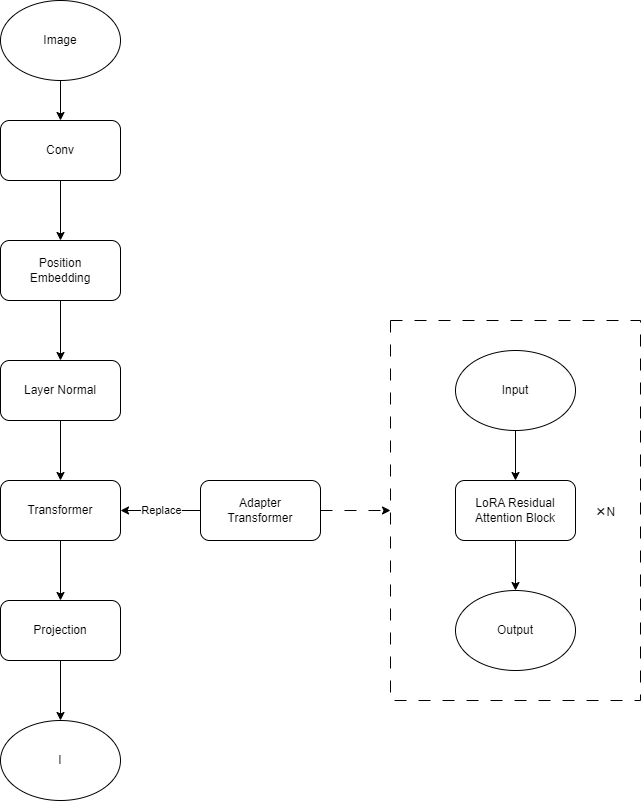
Bgzdl/CLIP keeps this draw.io diagram as assert/Image encoder/Adapter/Overview.png. Above is the earlier version. Source tidied: cells renumbered, new cells last; positions are measured from the earlier drawing's top-left corner, leaving out a move shared by most shapes.
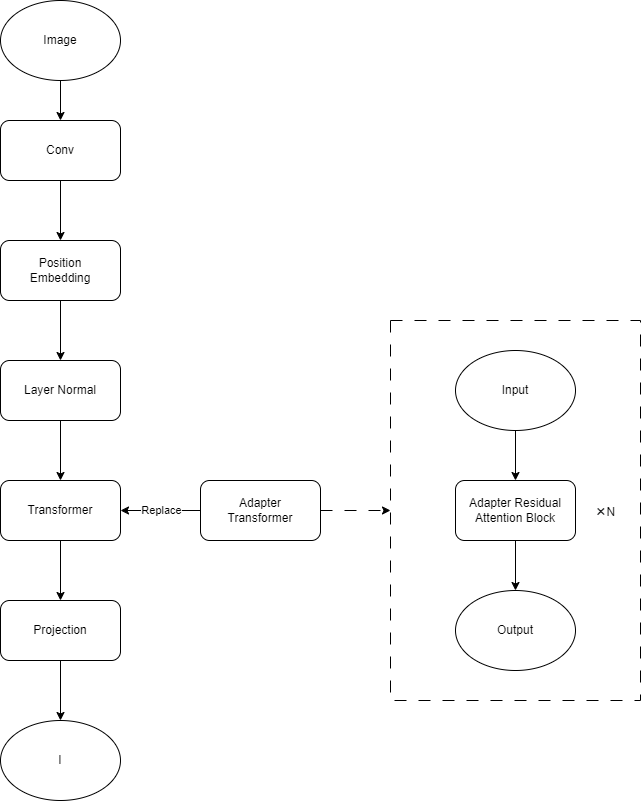
After the change.

What changed in the source:
```diff
@@ -61,7 +61,7 @@
     <mxCell id="20" style="edgeStyle=orthogonalEdgeStyle;rounded=0;jettySize=auto;html=1;entryX=0.5;entryY=0;entryDx=0;entryDy=0;" parent="1" edge="1" source="21" target="24">
       <mxGeometry relative="1" as="geometry" />
     </mxCell>
-    <mxCell id="21" value="LoRA Residual&lt;br&gt;Attention Block" style="rounded=1;whiteSpace=wrap;html=1;" parent="1" vertex="1">
+    <mxCell id="21" value="Adapter Residual&lt;br&gt;Attention Block" style="rounded=1;whiteSpace=wrap;html=1;" parent="1" vertex="1">
       <mxGeometry x="455" y="480" width="120" height="60" as="geometry" />
     </mxCell>
     <mxCell id="22" style="edgeStyle=orthogonalEdgeStyle;rounded=0;jettySize=auto;html=1;exitX=0.5;exitY=1;exitDx=0;exitDy=0;entryX=0.5;entryY=0;entryDx=0;entryDy=0;" parent="1" edge="1" source="23" target="21">
```
